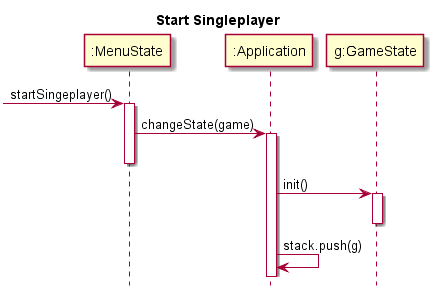
Before: Assignments/AssignmentTwo/Sequence Diagrams/plantUML/plantUML(Remix)/singleplayerSeq.png, a diagram exported from PlantUML (Henkebot/OOD-PA1415-Sallad).
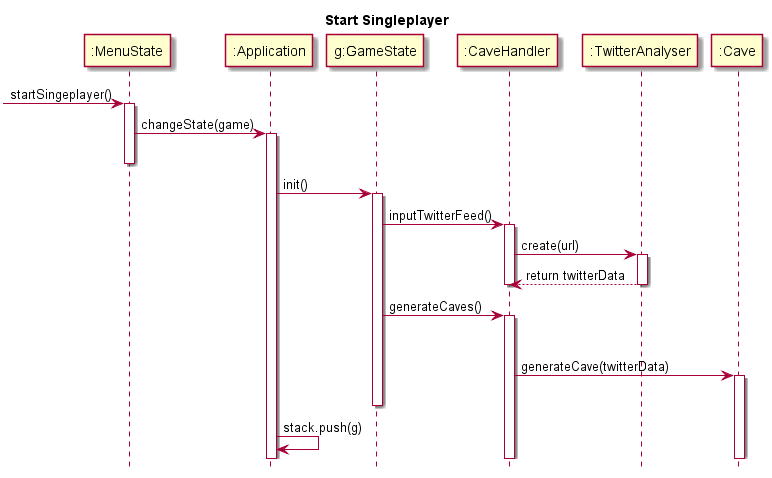
Later version of the same file.

Commit message:
Singleplayer extended

What changed in the source:
```diff
@@ -5,6 +5,9 @@
 participant ":MenuState" as menu
 participant ":Application" as app
 participant "g:GameState" as game
+participant ":CaveHandler" as ch
+participant ":TwitterAnalyser" as ta
+participant ":Cave" as cave
 
 [->menu : startSingeplayer()
 activate menu
@@ -12,9 +15,27 @@
 menu -> app : changeState(game)
 activate app
 deactivate menu
+
 app -> game : init()
 activate game
+
+game->ch : inputTwitterFeed()
+activate ch
+
+ch -> ta : create(url)
+activate ta
+ta --> ch : return twitterData
+deactivate ta
+deactivate ch
+
+game -> ch : generateCaves()
+activate ch
+
+deactivate ta
+ch -> cave : generateCave(twitterData)
+activate cave
 deactivate game
+
 
 app -> app : stack.push(g)
 
```
